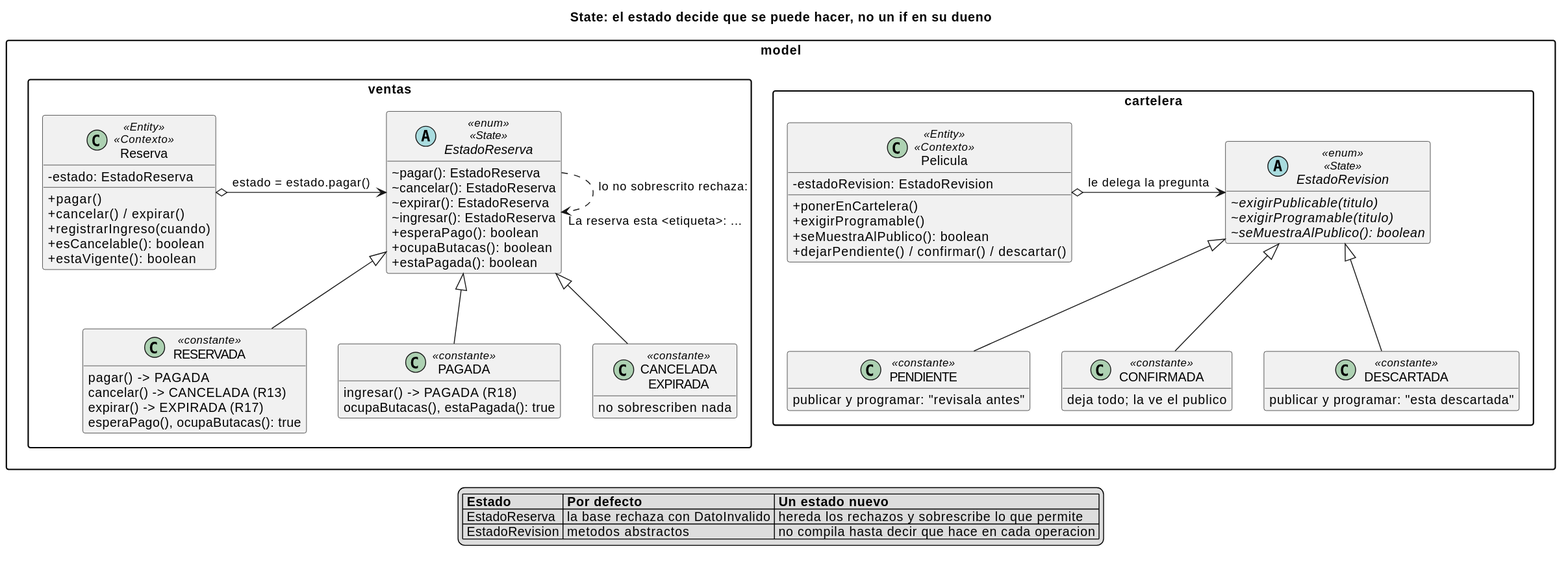
Earlier version of the PlantUML export _other/docs/diagramas/patron-state.svg (andreiveisuade/cine-uade).
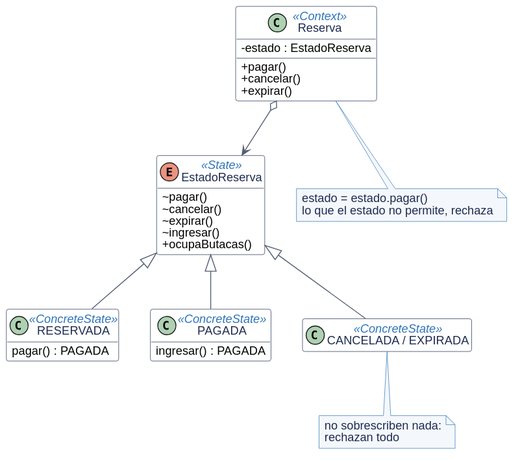
The same diagram one commit later.

The edit, as a diff of the source:
```diff
@@ -1,82 +1,29 @@
 @startuml
-title State: el estado decide que se puede hacer, no un if en su dueno
-
-skinparam classAttributeIconSize 0
-skinparam packageStyle rectangle
-hide empty members
-
-
-package "model.ventas" {
-  class Reserva <<Entity>> <<Contexto>> {
-    -estado: EstadoReserva
-    +pagar()
-    +cancelar() / expirar()
-    +registrarIngreso(cuando)
-    +esCancelable(): boolean
-    +estaVigente(): boolean
-  }
-  abstract class EstadoReserva <<enum>> <<State>> {
-    ~pagar(): EstadoReserva
-    ~cancelar(): EstadoReserva
-    ~expirar(): EstadoReserva
-    ~ingresar(): EstadoReserva
-    +esperaPago(): boolean
-    +ocupaButacas(): boolean
-    +estaPagada(): boolean
-  }
-  class RESERVADA <<constante>> {
-    pagar() -> PAGADA
-    cancelar() -> CANCELADA (R13)
-    expirar() -> EXPIRADA (R17)
-    esperaPago(), ocupaButacas(): true
-  }
-  class PAGADA <<constante>> {
-    ingresar() -> PAGADA (R18)
-    ocupaButacas(), estaPagada(): true
-  }
-  class "CANCELADA\nEXPIRADA" as Cerradas <<constante>> {
-    no sobrescriben nada
-  }
+!include _estilo-patrones.iuml
+class Reserva <<Context>> {
+  - estado : EstadoReserva
+  + pagar()
+  + cancelar()
+  + expirar()
 }
-
-package "model.cartelera" {
-  class Pelicula <<Entity>> <<Contexto>> {
-    -estadoRevision: EstadoRevision
-    +ponerEnCartelera()
-    +exigirProgramable()
-    +seMuestraAlPublico(): boolean
-    +dejarPendiente() / confirmar() / descartar()
-  }
-  abstract class EstadoRevision <<enum>> <<State>> {
-    ~{abstract} exigirPublicable(titulo)
-    ~{abstract} exigirProgramable(titulo)
-    ~{abstract} seMuestraAlPublico(): boolean
-  }
-  class PENDIENTE <<constante>> {
-    publicar y programar: "revisala antes"
-  }
-  class CONFIRMADA <<constante>> {
-    deja todo; la ve el publico
-  }
-  class DESCARTADA <<constante>> {
-    publicar y programar: "esta descartada"
-  }
+enum EstadoReserva <<State>> {
+  ~ pagar()
+  ~ cancelar()
+  ~ expirar()
+  ~ ingresar()
+  + ocupaButacas()
 }
-
-Reserva o-right-> EstadoReserva : estado = estado.pagar()
-RESERVADA -up-|> EstadoReserva
-PAGADA -up-|> EstadoReserva
-Cerradas -up-|> EstadoReserva
-EstadoReserva ..> EstadoReserva : lo no sobrescrito rechaza:\n"La reserva esta <etiqueta>: ..."
-
-Pelicula o-right-> EstadoRevision : le delega la pregunta
-PENDIENTE -up-|> EstadoRevision
-CONFIRMADA -up-|> EstadoRevision
-DESCARTADA -up-|> EstadoRevision
-
-legend bottom
-  |= Estado |= Por defecto |= Un estado nuevo |
-  | EstadoReserva | la base rechaza con DatoInvalido | hereda los rechazos y sobrescribe lo que permite |
-  | EstadoRevision | metodos abstractos | no compila hasta decir que hace en cada operacion |
-endlegend
+class RESERVADA <<ConcreteState>> {
+  pagar() : PAGADA
+}
+class PAGADA <<ConcreteState>> {
+  ingresar() : PAGADA
+}
+class "CANCELADA / EXPIRADA" as Cerradas <<ConcreteState>>
+Reserva o--> EstadoReserva
+EstadoReserva <|-- RESERVADA
+EstadoReserva <|-- PAGADA
+EstadoReserva <|-- Cerradas
+note bottom of Reserva : estado = estado.pagar()\nlo que el estado no permite, rechaza
+note bottom of Cerradas : no sobrescriben nada:\nrechazan todo
 @enduml
```
